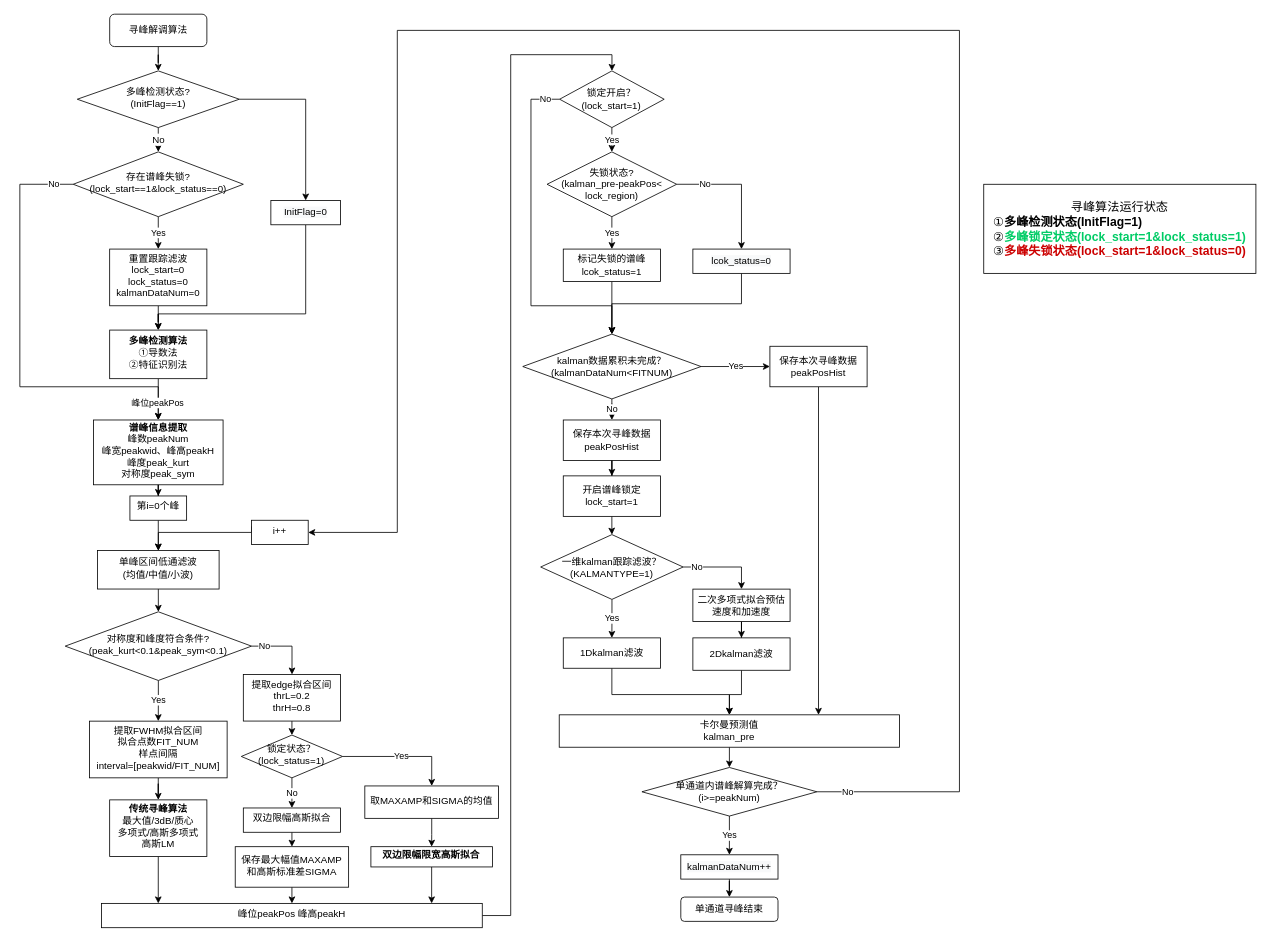
The draw.io diagram Untitled Diagram.drawio in xsl11/HelloWorld, before the edit. Source tidied: cells renumbered, new cells numbered last; positions are measured from the earlier drawing's top-left corner, leaving out a move shared by most shapes. Both pictures are drawn from the tidied source at 81%, with x=0, y=0 at pixel (19, 14).
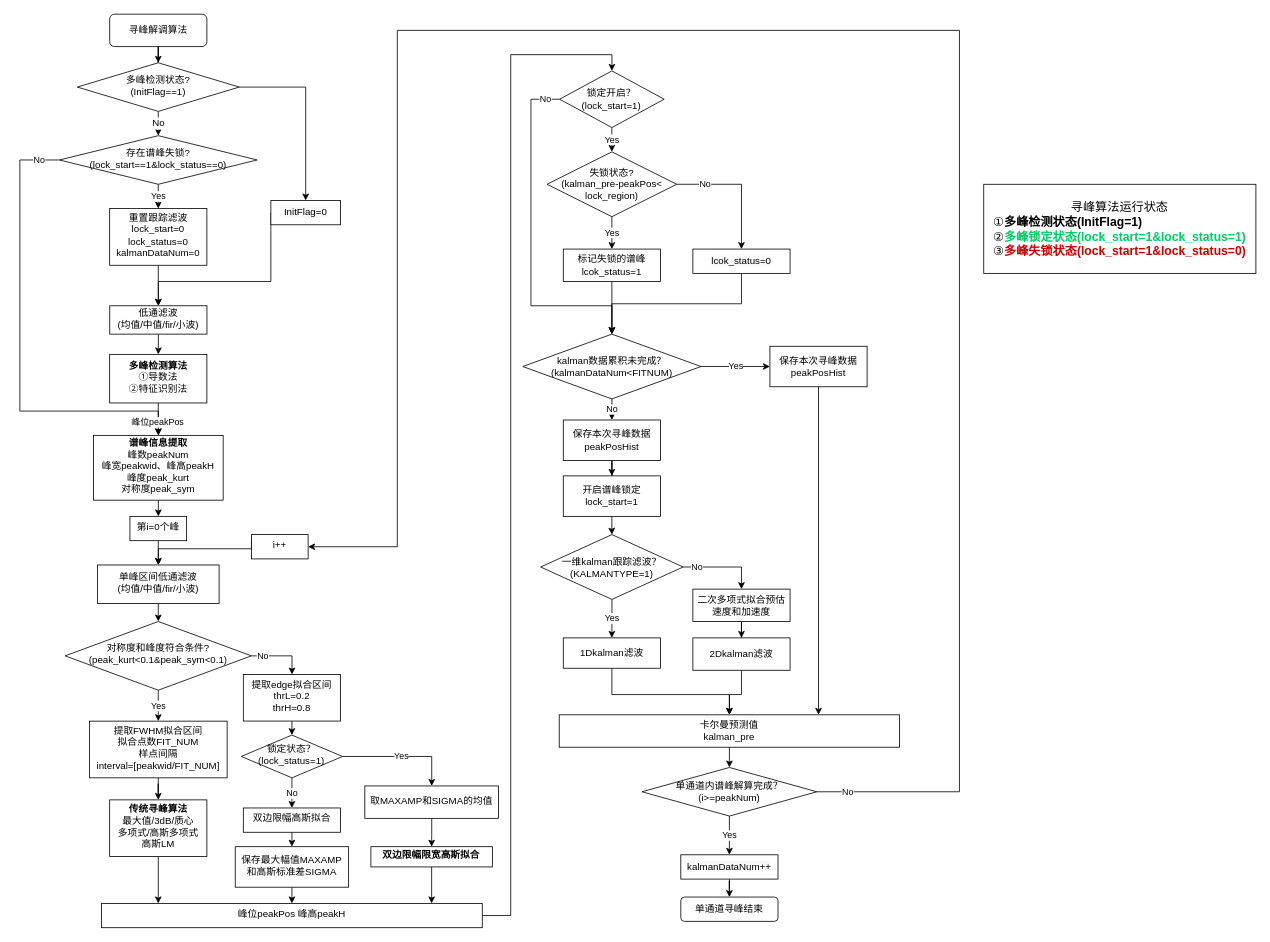
After the change.

Unchanged cells that the change refers to:
```xml
<mxCell id="22" value="提取edge拟合区间&lt;br&gt;thrL=0.2&lt;br&gt;thrH=0.8" style="whiteSpace=wrap;html=1;shadow=0;strokeWidth=1;spacing=6;spacingTop=-4;" parent="1" vertex="1">
  <mxGeometry x="275.9" y="815.2" width="120" height="57.5" as="geometry" />
</mxCell>
<mxCell id="72" value="单通道内谱峰解算完成？&lt;br&gt;(i&amp;gt;=peakNum)" style="rhombus;whiteSpace=wrap;html=1;" parent="1" vertex="1">
  <mxGeometry x="768" y="930" width="216" height="60" as="geometry" />
</mxCell>
<mxCell id="82" value="&lt;span style=&quot;color: rgb(0 , 0 , 0) ; font-family: &amp;#34;helvetica&amp;#34; ; font-size: 12px ; font-style: normal ; font-weight: 400 ; letter-spacing: normal ; text-align: center ; text-indent: 0px ; text-transform: none ; word-spacing: 0px ; background-color: rgb(248 , 249 , 250) ; display: inline ; float: none&quot;&gt;InitFlag=0&lt;/span&gt;" style="rounded=0;whiteSpace=wrap;html=1;fontSize=12;fontColor=#000000;" parent="1" vertex="1">
  <mxGeometry x="309.9" y="230" width="86" height="30" as="geometry" />
</mxCell>
```

The edit, as a diff of the source:
```diff
@@
     <mxCell id="4" value="No" style="edgeStyle=orthogonalEdgeStyle;rounded=0;jettySize=auto;html=1;exitX=0;exitY=0.5;exitDx=0;exitDy=0;entryX=0.5;entryY=0;entryDx=0;entryDy=0;" parent="1" edge="1" source="6" target="11">
       <mxGeometry x="-0.91" relative="1" as="geometry">
         <Array as="points">
-          <mxPoint y="210" />
-          <mxPoint y="460" />
-          <mxPoint x="171" y="460" />
+          <mxPoint y="180" />
+          <mxPoint y="490" />
+          <mxPoint x="171" y="490" />
         </Array>
       </mxGeometry>
     </mxCell>
@@
     <mxCell id="6" value="存在谱峰失锁?&lt;br&gt;(lock_start==1&amp;amp;lock_status==0)" style="rhombus;whiteSpace=wrap;html=1;shadow=0;fontFamily=Helvetica;fontSize=12;align=center;strokeWidth=1;spacing=6;spacingTop=-4;" parent="1" vertex="1">
-      <mxGeometry x="65.9" y="170" width="210" height="80" as="geometry" />
+      <mxGeometry x="48.9" y="150" width="244" height="60" as="geometry" />
     </mxCell>
@@
     <mxCell id="9" value="&lt;b&gt;多峰检测算法&lt;/b&gt;&lt;br&gt;①导数法&lt;br&gt;②特征识别法" style="whiteSpace=wrap;html=1;shadow=0;strokeWidth=1;spacing=6;spacingTop=-4;" parent="1" vertex="1">
-      <mxGeometry x="110.9" y="390" width="120" height="60" as="geometry" />
+      <mxGeometry x="110.9" y="420" width="120" height="60" as="geometry" />
     </mxCell>
@@
     <mxCell id="11" value="&lt;b&gt;谱峰信息提取&lt;/b&gt;&lt;br&gt;峰数peakNum&lt;br&gt;峰宽peakwid、峰高peakH&lt;br&gt;峰度peak_kurt&lt;br&gt;对称度peak_sym" style="whiteSpace=wrap;html=1;shadow=0;strokeWidth=1;spacing=6;spacingTop=-4;" parent="1" vertex="1">
-      <mxGeometry x="90.9" y="501" width="160" height="80" as="geometry" />
+      <mxGeometry x="91" y="520" width="160" height="80" as="geometry" />
     </mxCell>
@@
     <mxCell id="13" value="第i=0个峰" style="whiteSpace=wrap;html=1;shadow=0;strokeWidth=1;spacing=6;spacingTop=-4;" parent="1" vertex="1">
-      <mxGeometry x="135.9" y="594.8" width="70" height="30" as="geometry" />
+      <mxGeometry x="135.9" y="620" width="70" height="30" as="geometry" />
     </mxCell>
@@
     <mxCell id="15" value="No" style="edgeStyle=orthogonalEdgeStyle;rounded=0;jettySize=auto;html=1;exitX=1;exitY=0.5;exitDx=0;exitDy=0;" parent="1" edge="1" source="16" target="22">
       <mxGeometry x="-0.63" relative="1" as="geometry">
         <Array as="points">
-          <mxPoint x="336" y="780" />
+          <mxPoint x="336" y="792" />
         </Array>
       </mxGeometry>
     </mxCell>
     <mxCell id="16" value="对称度和峰度符合条件?&lt;br&gt;(peak_kurt&amp;lt;0.1&amp;amp;peak_sym&amp;lt;0.1)" style="rhombus;whiteSpace=wrap;html=1;shadow=0;strokeWidth=1;spacing=6;spacingTop=-4;" parent="1" vertex="1">
-      <mxGeometry x="56" y="737.8" width="230" height="84.8" as="geometry" />
+      <mxGeometry x="55.9" y="749.8" width="230" height="84.8" as="geometry" />
     </mxCell>
@@
     <mxCell id="62" value="No" style="edgeStyle=orthogonalEdgeStyle;rounded=0;jettySize=auto;html=1;exitX=1;exitY=0.5;exitDx=0;exitDy=0;entryX=1;entryY=0.5;entryDx=0;entryDy=0;" parent="1" edge="1" source="72" target="70">
       <mxGeometry x="-0.97" relative="1" as="geometry">
         <Array as="points">
           <mxPoint x="1160" y="960" />
           <mxPoint x="1160" y="20" />
           <mxPoint x="466" y="20" />
-          <mxPoint x="466" y="640" />
+          <mxPoint x="466" y="658" />
+          <mxPoint x="356" y="658" />
         </Array>
       </mxGeometry>
     </mxCell>
@@
     <mxCell id="69" style="edgeStyle=orthogonalEdgeStyle;rounded=0;jettySize=auto;html=1;exitX=0;exitY=0.25;exitDx=0;exitDy=0;entryX=0.5;entryY=0;entryDx=0;entryDy=0;" parent="1" edge="1" source="70" target="76">
       <mxGeometry relative="1" as="geometry">
         <Array as="points">
-          <mxPoint x="286" y="639.8" />
-          <mxPoint x="171" y="639.8" />
+          <mxPoint x="286" y="660" />
+          <mxPoint x="171" y="660" />
         </Array>
       </mxGeometry>
     </mxCell>
     <mxCell id="70" value="i++" style="whiteSpace=wrap;html=1;shadow=0;strokeWidth=1;spacing=6;spacingTop=-4;" parent="1" vertex="1">
-      <mxGeometry x="286" y="624.8" width="70" height="30" as="geometry" />
+      <mxGeometry x="285.9" y="642.5" width="70" height="30" as="geometry" />
     </mxCell>
@@
-    <mxCell id="73" style="edgeStyle=orthogonalEdgeStyle;rounded=0;jettySize=auto;html=1;" parent="1" edge="1" source="74" target="9">
-      <mxGeometry relative="1" as="geometry" />
-    </mxCell>
+    <mxCell id="83" style="edgeStyle=orthogonalEdgeStyle;rounded=0;jettySize=auto;html=1;" parent="1" edge="1" source="74" target="86">
+      <mxGeometry relative="1" as="geometry" />
+    </mxCell>
     <mxCell id="74" value="重置跟踪滤波&lt;br&gt;lock_start=0&lt;br&gt;lock_status=0&lt;br&gt;kalmanDataNum=0" style="whiteSpace=wrap;html=1;shadow=0;strokeWidth=1;spacing=6;spacingTop=-4;" parent="1" vertex="1">
-      <mxGeometry x="110.9" y="290" width="120" height="70" as="geometry" />
+      <mxGeometry x="110.9" y="240" width="120" height="70" as="geometry" />
     </mxCell>
@@
-    <mxCell id="76" value="单峰区间低通滤波&lt;br&gt;(均值/中值/小波)" style="whiteSpace=wrap;html=1;shadow=0;strokeWidth=1;spacing=6;spacingTop=-4;" parent="1" vertex="1">
-      <mxGeometry x="95.9" y="662.2" width="150.1" height="47.5" as="geometry" />
+    <mxCell id="76" value="单峰区间低通滤波&lt;br&gt;(均值/中值/fir/小波)" style="whiteSpace=wrap;html=1;shadow=0;strokeWidth=1;spacing=6;spacingTop=-4;" parent="1" vertex="1">
+      <mxGeometry x="95.9" y="680" width="150.1" height="47.5" as="geometry" />
     </mxCell>
@@
     <mxCell id="80" value="多峰检测状态?&lt;br&gt;(InitFlag==1)" style="rhombus;whiteSpace=wrap;html=1;shadow=0;fontFamily=Helvetica;fontSize=12;align=center;strokeWidth=1;spacing=6;spacingTop=-4;" parent="1" vertex="1">
-      <mxGeometry x="70.9" y="70" width="200" height="70" as="geometry" />
+      <mxGeometry x="70.9" y="60" width="200" height="60" as="geometry" />
     </mxCell>
-    <mxCell id="81" style="edgeStyle=orthogonalEdgeStyle;rounded=0;jettySize=auto;html=1;exitX=0.5;exitY=1;exitDx=0;exitDy=0;entryX=0.5;entryY=0;entryDx=0;entryDy=0;fontSize=12;fontColor=#000000;" parent="1" edge="1" source="82" target="9">
-      <mxGeometry relative="1" as="geometry">
-        <Array as="points">
-          <mxPoint x="353" y="370" />
-          <mxPoint x="171" y="370" />
-        </Array>
-      </mxGeometry>
-    </mxCell>
+    <mxCell id="84" style="edgeStyle=orthogonalEdgeStyle;rounded=0;jettySize=auto;html=1;exitX=0;exitY=0.5;exitDx=0;exitDy=0;entryX=0.5;entryY=0;entryDx=0;entryDy=0;" parent="1" edge="1" source="82" target="86">
+      <mxGeometry relative="1" as="geometry">
+        <Array as="points">
+          <mxPoint x="310" y="330" />
+          <mxPoint x="171" y="330" />
+        </Array>
+      </mxGeometry>
+    </mxCell>
@@
+    <mxCell id="85" style="edgeStyle=orthogonalEdgeStyle;rounded=0;jettySize=auto;html=1;" parent="1" edge="1" source="86" target="9">
+      <mxGeometry relative="1" as="geometry" />
+    </mxCell>
+    <mxCell id="86" value="低通滤波&lt;br&gt;(均值/中值/fir/小波)" style="whiteSpace=wrap;html=1;shadow=0;strokeWidth=1;spacing=6;spacingTop=-4;" parent="1" vertex="1">
+      <mxGeometry x="111" y="360" width="120" height="35" as="geometry" />
+    </mxCell>
```
